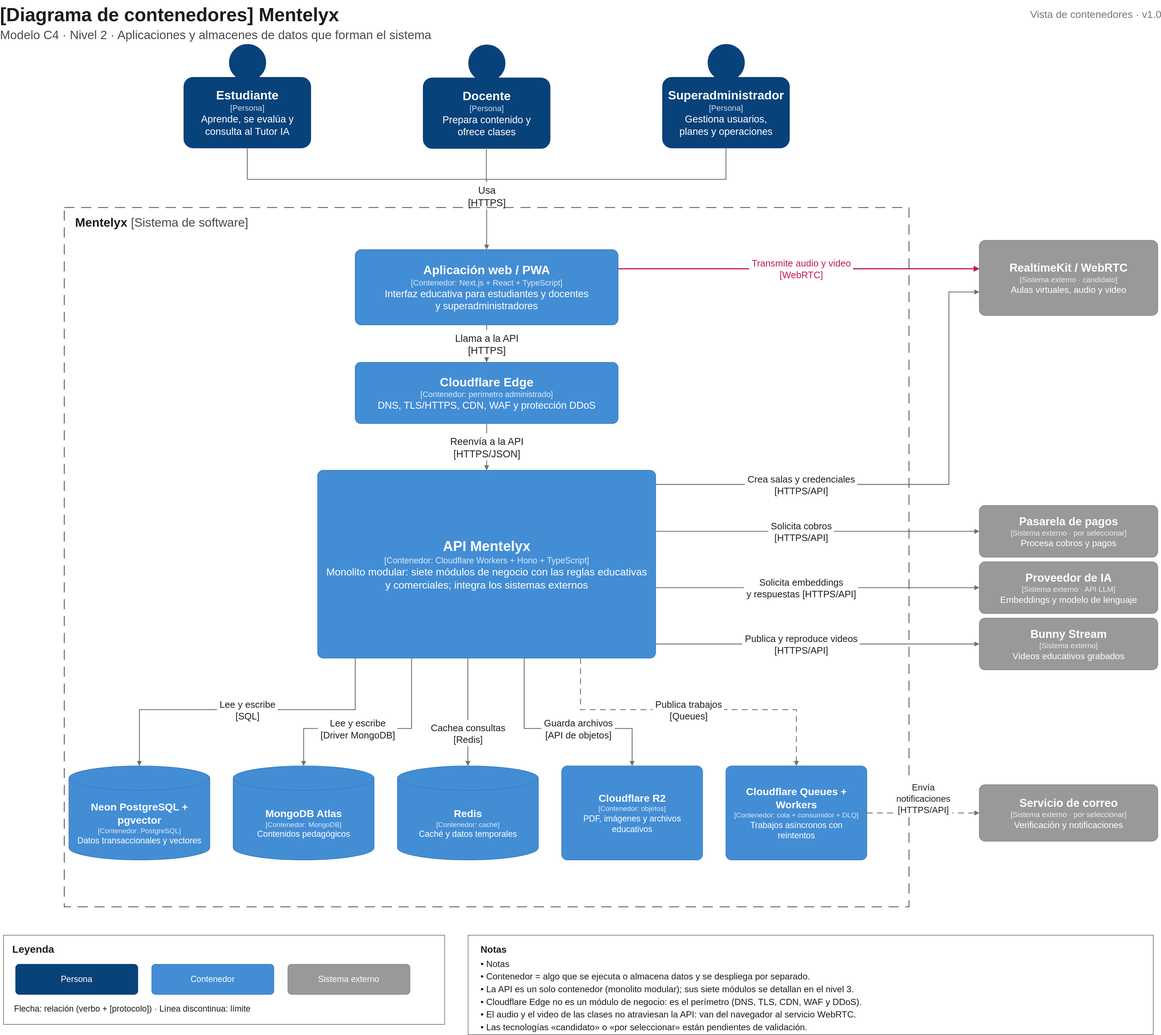
100robert/Mentelyx keeps this draw.io diagram as docs/img/fuentes-svg/nivel2-contenedores.svg. Above is the earlier version. Source tidied: cells renumbered, new cells last; positions are measured from the earlier drawing's top-left corner, leaving out a move shared by most shapes.
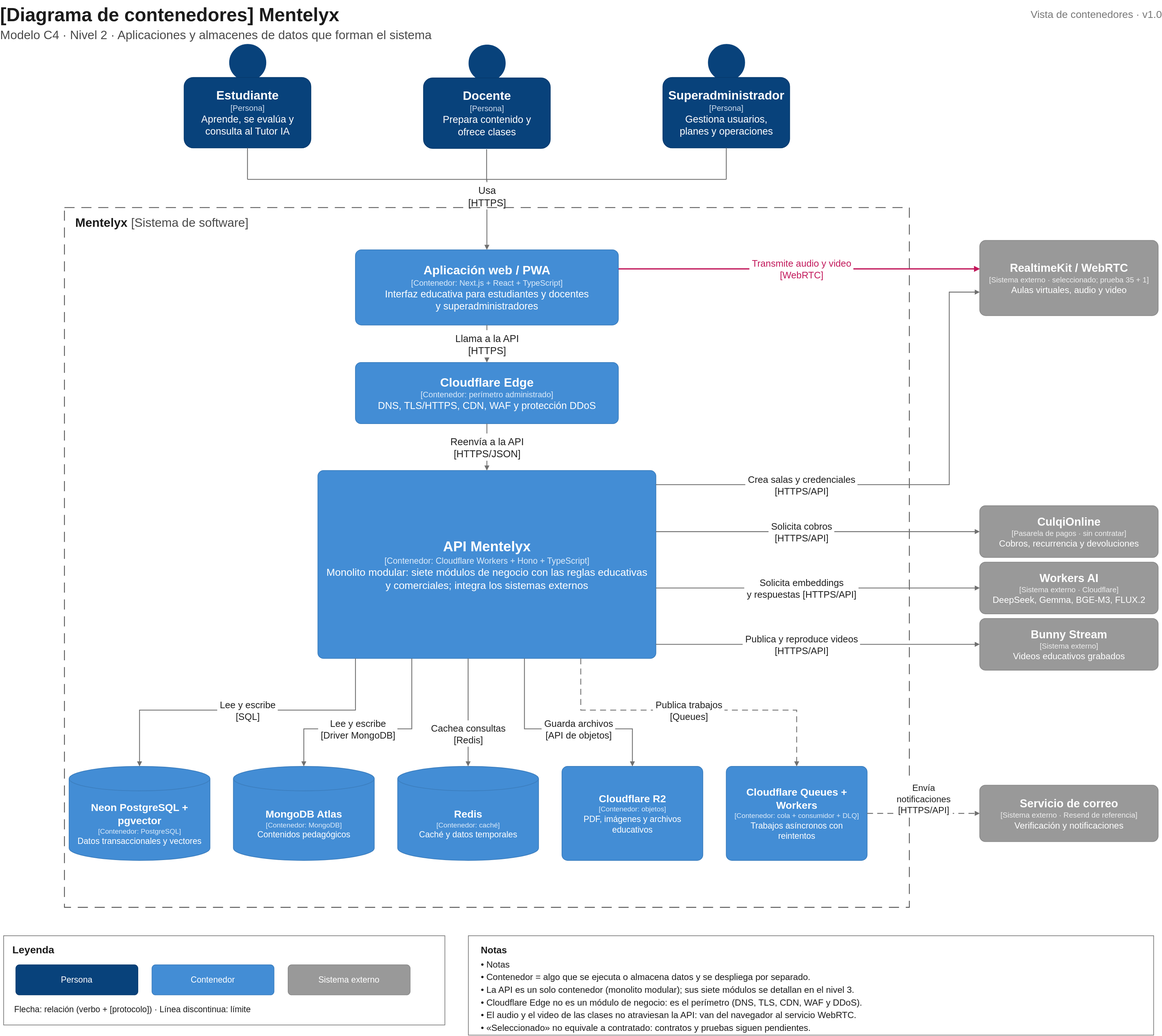
Later version of the same file.

Diff of the diagram source:
```diff
@@ -222,19 +222,19 @@
     <mxCell id="57" value="[Queues]" style="text;html=1;strokeColor=none;fillColor=none;align=center;verticalAlign=middle;whiteSpace=nowrap;spacing=0;fontSize=20;fontStyle=0;fontColor=#1F1F1F;fontFamily=Arial;" parent="1" vertex="1">
       <mxGeometry x="1419.4" y="1510" width="95.2" height="30" as="geometry" />
     </mxCell>
-    <mxCell id="58" value="&lt;div style=&quot;text-align:center;line-height:1.25&quot;&gt;&lt;span style=&quot;font-size:24px;font-weight:700;font-style:normal;color:#FFFFFF;font-family:Arial&quot;&gt;RealtimeKit / WebRTC&lt;/span&gt;&lt;/div&gt;&lt;div style=&quot;text-align:center;line-height:1.25&quot;&gt;&lt;span style=&quot;font-size:16px;font-weight:400;font-style:normal;color:#EDEDED;font-family:Arial&quot;&gt;[Sistema externo · candidato]&lt;/span&gt;&lt;/div&gt;&lt;div style=&quot;text-align:center;line-height:1.25&quot;&gt;&lt;span style=&quot;font-size:19px;font-weight:400;font-style:normal;color:#FFFFFF;font-family:Arial&quot;&gt;Aulas virtuales, audio y video&lt;/span&gt;&lt;/div&gt;" style="rounded=1;arcSize=8;whiteSpace=wrap;html=1;fillColor=#999999;strokeColor=#8A8A8A;strokeWidth=1.6;fontFamily=Arial;align=center;verticalAlign=middle;spacing=0;" parent="1" vertex="1">
+    <mxCell id="58" value="&lt;div style=&quot;text-align:center;line-height:1.25&quot;&gt;&lt;span style=&quot;font-size:24px;font-weight:700;font-style:normal;color:#FFFFFF;font-family:Arial&quot;&gt;RealtimeKit / WebRTC&lt;/span&gt;&lt;/div&gt;&lt;div style=&quot;text-align:center;line-height:1.25&quot;&gt;&lt;span style=&quot;font-size:16px;font-weight:400;font-style:normal;color:#EDEDED;font-family:Arial&quot;&gt;[Sistema externo · seleccionado; prueba 35 + 1]&lt;/span&gt;&lt;/div&gt;&lt;div style=&quot;text-align:center;line-height:1.25&quot;&gt;&lt;span style=&quot;font-size:19px;font-weight:400;font-style:normal;color:#FFFFFF;font-family:Arial&quot;&gt;Aulas virtuales, audio y video&lt;/span&gt;&lt;/div&gt;" style="rounded=1;arcSize=8;whiteSpace=wrap;html=1;fillColor=#999999;strokeColor=#8A8A8A;strokeWidth=1.6;fontFamily=Arial;align=center;verticalAlign=middle;spacing=0;" parent="1" vertex="1">
       <mxGeometry x="2087" y="512" width="380" height="160" as="geometry" />
     </mxCell>
-    <mxCell id="59" value="&lt;div style=&quot;text-align:center;line-height:1.25&quot;&gt;&lt;span style=&quot;font-size:24px;font-weight:700;font-style:normal;color:#FFFFFF;font-family:Arial&quot;&gt;Pasarela de pagos&lt;/span&gt;&lt;/div&gt;&lt;div style=&quot;text-align:center;line-height:1.25&quot;&gt;&lt;span style=&quot;font-size:16px;font-weight:400;font-style:normal;color:#EDEDED;font-family:Arial&quot;&gt;[Sistema externo · por seleccionar]&lt;/span&gt;&lt;/div&gt;&lt;div style=&quot;text-align:center;line-height:1.25&quot;&gt;&lt;span style=&quot;font-size:19px;font-weight:400;font-style:normal;color:#FFFFFF;font-family:Arial&quot;&gt;Procesa cobros y pagos&lt;/span&gt;&lt;/div&gt;" style="rounded=1;arcSize=11;whiteSpace=wrap;html=1;fillColor=#999999;strokeColor=#8A8A8A;strokeWidth=1.6;fontFamily=Arial;align=center;verticalAlign=middle;spacing=0;" parent="1" vertex="1">
+    <mxCell id="59" value="&lt;div style=&quot;text-align:center;line-height:1.25&quot;&gt;&lt;span style=&quot;font-size:24px;font-weight:700;font-style:normal;color:#FFFFFF;font-family:Arial&quot;&gt;CulqiOnline&lt;/span&gt;&lt;/div&gt;&lt;div style=&quot;text-align:center;line-height:1.25&quot;&gt;&lt;span style=&quot;font-size:16px;font-weight:400;font-style:normal;color:#EDEDED;font-family:Arial&quot;&gt;[Pasarela de pagos · sin contratar]&lt;/span&gt;&lt;/div&gt;&lt;div style=&quot;text-align:center;line-height:1.25&quot;&gt;&lt;span style=&quot;font-size:19px;font-weight:400;font-style:normal;color:#FFFFFF;font-family:Arial&quot;&gt;Cobros, recurrencia y devoluciones&lt;/span&gt;&lt;/div&gt;" style="rounded=1;arcSize=11;whiteSpace=wrap;html=1;fillColor=#999999;strokeColor=#8A8A8A;strokeWidth=1.6;fontFamily=Arial;align=center;verticalAlign=middle;spacing=0;" parent="1" vertex="1">
       <mxGeometry x="2087" y="1077" width="380" height="110" as="geometry" />
     </mxCell>
-    <mxCell id="60" value="&lt;div style=&quot;text-align:center;line-height:1.25&quot;&gt;&lt;span style=&quot;font-size:24px;font-weight:700;font-style:normal;color:#FFFFFF;font-family:Arial&quot;&gt;Proveedor de IA&lt;/span&gt;&lt;/div&gt;&lt;div style=&quot;text-align:center;line-height:1.25&quot;&gt;&lt;span style=&quot;font-size:16px;font-weight:400;font-style:normal;color:#EDEDED;font-family:Arial&quot;&gt;[Sistema externo · API LLM]&lt;/span&gt;&lt;/div&gt;&lt;div style=&quot;text-align:center;line-height:1.25&quot;&gt;&lt;span style=&quot;font-size:19px;font-weight:400;font-style:normal;color:#FFFFFF;font-family:Arial&quot;&gt;Embeddings y modelo de lenguaje&lt;/span&gt;&lt;/div&gt;" style="rounded=1;arcSize=11;whiteSpace=wrap;html=1;fillColor=#999999;strokeColor=#8A8A8A;strokeWidth=1.6;fontFamily=Arial;align=center;verticalAlign=middle;spacing=0;" parent="1" vertex="1">
+    <mxCell id="60" value="&lt;div style=&quot;text-align:center;line-height:1.25&quot;&gt;&lt;span style=&quot;font-size:24px;font-weight:700;font-style:normal;color:#FFFFFF;font-family:Arial&quot;&gt;Workers AI&lt;/span&gt;&lt;/div&gt;&lt;div style=&quot;text-align:center;line-height:1.25&quot;&gt;&lt;span style=&quot;font-size:16px;font-weight:400;font-style:normal;color:#EDEDED;font-family:Arial&quot;&gt;[Sistema externo · Cloudflare]&lt;/span&gt;&lt;/div&gt;&lt;div style=&quot;text-align:center;line-height:1.25&quot;&gt;&lt;span style=&quot;font-size:19px;font-weight:400;font-style:normal;color:#FFFFFF;font-family:Arial&quot;&gt;DeepSeek, Gemma, BGE-M3, FLUX.2&lt;/span&gt;&lt;/div&gt;" style="rounded=1;arcSize=11;whiteSpace=wrap;html=1;fillColor=#999999;strokeColor=#8A8A8A;strokeWidth=1.6;fontFamily=Arial;align=center;verticalAlign=middle;spacing=0;" parent="1" vertex="1">
       <mxGeometry x="2087" y="1197" width="380" height="110" as="geometry" />
     </mxCell>
     <mxCell id="61" value="&lt;div style=&quot;text-align:center;line-height:1.25&quot;&gt;&lt;span style=&quot;font-size:24px;font-weight:700;font-style:normal;color:#FFFFFF;font-family:Arial&quot;&gt;Bunny Stream&lt;/span&gt;&lt;/div&gt;&lt;div style=&quot;text-align:center;line-height:1.25&quot;&gt;&lt;span style=&quot;font-size:16px;font-weight:400;font-style:normal;color:#EDEDED;font-family:Arial&quot;&gt;[Sistema externo]&lt;/span&gt;&lt;/div&gt;&lt;div style=&quot;text-align:center;line-height:1.25&quot;&gt;&lt;span style=&quot;font-size:19px;font-weight:400;font-style:normal;color:#FFFFFF;font-family:Arial&quot;&gt;Videos educativos grabados&lt;/span&gt;&lt;/div&gt;" style="rounded=1;arcSize=11;whiteSpace=wrap;html=1;fillColor=#999999;strokeColor=#8A8A8A;strokeWidth=1.6;fontFamily=Arial;align=center;verticalAlign=middle;spacing=0;" parent="1" vertex="1">
       <mxGeometry x="2087" y="1317" width="380" height="110" as="geometry" />
     </mxCell>
-    <mxCell id="62" value="&lt;div style=&quot;text-align:center;line-height:1.25&quot;&gt;&lt;span style=&quot;font-size:24px;font-weight:700;font-style:normal;color:#FFFFFF;font-family:Arial&quot;&gt;Servicio de correo&lt;/span&gt;&lt;/div&gt;&lt;div style=&quot;text-align:center;line-height:1.25&quot;&gt;&lt;span style=&quot;font-size:16px;font-weight:400;font-style:normal;color:#EDEDED;font-family:Arial&quot;&gt;[Sistema externo · por seleccionar]&lt;/span&gt;&lt;/div&gt;&lt;div style=&quot;text-align:center;line-height:1.25&quot;&gt;&lt;span style=&quot;font-size:19px;font-weight:400;font-style:normal;color:#FFFFFF;font-family:Arial&quot;&gt;Verificación y notificaciones&lt;/span&gt;&lt;/div&gt;" style="rounded=1;arcSize=10;whiteSpace=wrap;html=1;fillColor=#999999;strokeColor=#8A8A8A;strokeWidth=1.6;fontFamily=Arial;align=center;verticalAlign=middle;spacing=0;" parent="1" vertex="1">
+    <mxCell id="62" value="&lt;div style=&quot;text-align:center;line-height:1.25&quot;&gt;&lt;span style=&quot;font-size:24px;font-weight:700;font-style:normal;color:#FFFFFF;font-family:Arial&quot;&gt;Servicio de correo&lt;/span&gt;&lt;/div&gt;&lt;div style=&quot;text-align:center;line-height:1.25&quot;&gt;&lt;span style=&quot;font-size:16px;font-weight:400;font-style:normal;color:#EDEDED;font-family:Arial&quot;&gt;[Sistema externo · Resend de referencia]&lt;/span&gt;&lt;/div&gt;&lt;div style=&quot;text-align:center;line-height:1.25&quot;&gt;&lt;span style=&quot;font-size:19px;font-weight:400;font-style:normal;color:#FFFFFF;font-family:Arial&quot;&gt;Verificación y notificaciones&lt;/span&gt;&lt;/div&gt;" style="rounded=1;arcSize=10;whiteSpace=wrap;html=1;fillColor=#999999;strokeColor=#8A8A8A;strokeWidth=1.6;fontFamily=Arial;align=center;verticalAlign=middle;spacing=0;" parent="1" vertex="1">
       <mxGeometry x="2087" y="1672" width="380" height="120" as="geometry" />
     </mxCell>
     <mxCell id="63" style="endArrow=block;endFill=1;endSize=6;html=1;rounded=0;strokeColor=#C2185B;strokeWidth=2.6;" parent="1" edge="1">
@@ -373,7 +373,7 @@
     <mxCell id="100" value="• El audio y el video de las clases no atraviesan la API: van del navegador al servicio WebRTC." style="text;html=1;strokeColor=none;fillColor=none;align=left;verticalAlign=middle;whiteSpace=nowrap;spacing=0;fontSize=19;fontStyle=0;fontColor=#1B1B1B;fontFamily=Arial;" parent="1" vertex="1">
       <mxGeometry x="1024" y="2148.1" width="814.2" height="28.5" as="geometry" />
     </mxCell>
-    <mxCell id="101" value="• Las tecnologías «candidato» o «por seleccionar» están pendientes de validación." style="text;html=1;strokeColor=none;fillColor=none;align=left;verticalAlign=middle;whiteSpace=nowrap;spacing=0;fontSize=19;fontStyle=0;fontColor=#1B1B1B;fontFamily=Arial;" parent="1" vertex="1">
+    <mxCell id="101" value="• «Seleccionado» no equivale a contratado: contratos y pruebas siguen pendientes." style="text;html=1;strokeColor=none;fillColor=none;align=left;verticalAlign=middle;whiteSpace=nowrap;spacing=0;fontSize=19;fontStyle=0;fontColor=#1B1B1B;fontFamily=Arial;" parent="1" vertex="1">
       <mxGeometry x="1024" y="2175.1" width="710.4" height="28.5" as="geometry" />
     </mxCell>
   </root>
```
